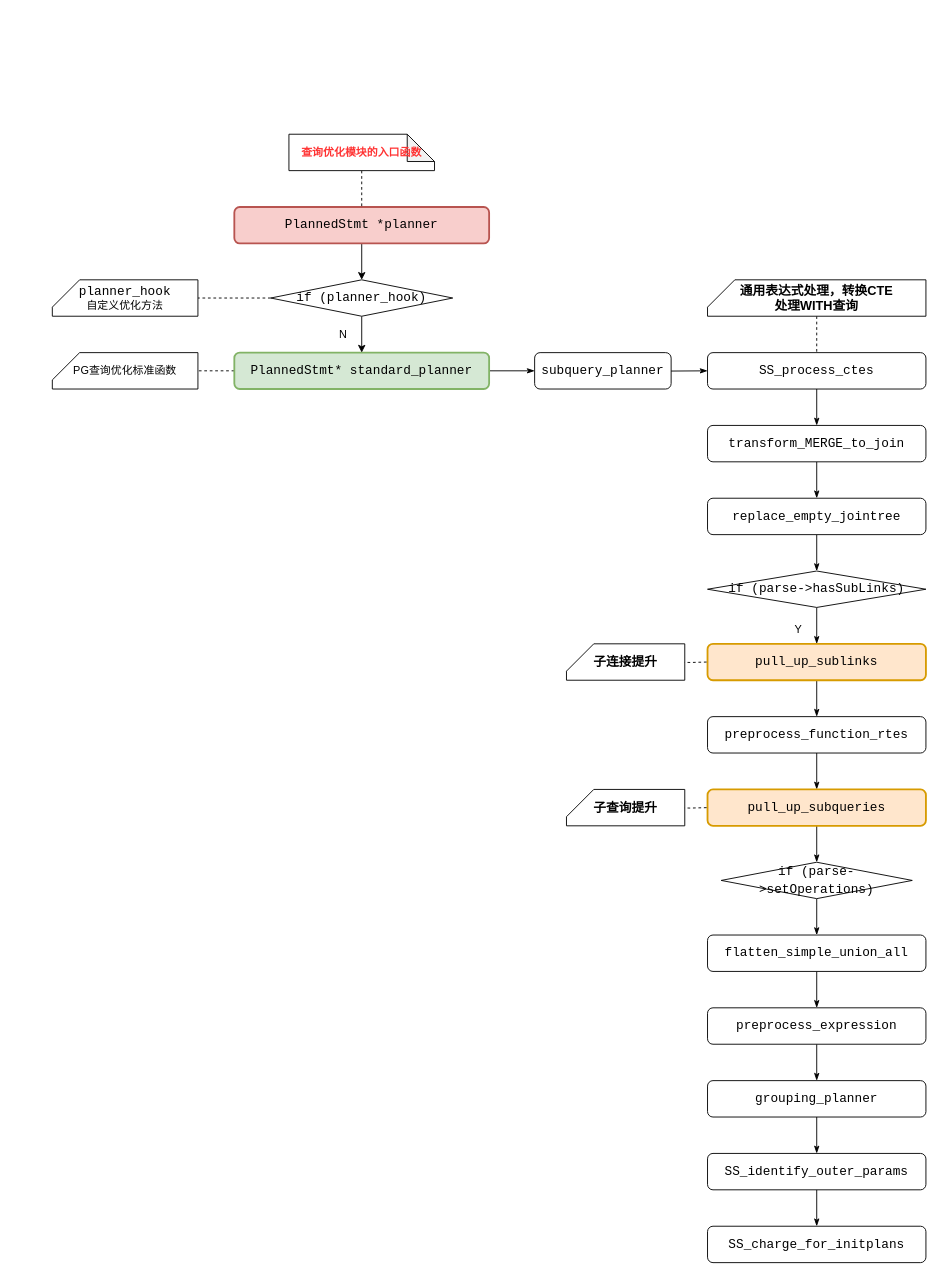
This is page "PG-Plan" (4 of 4) of Draw.io/DB.drawio from DepInjoy/geektime, a draw.io file, before an edit. Source tidied: cells renumbered, new cells numbered last; positions are measured from the earlier drawing's top-left corner, leaving out a move shared by most shapes. Both pictures are drawn from the tidied source at 91%, with x=0, y=0 at pixel (52, 134).
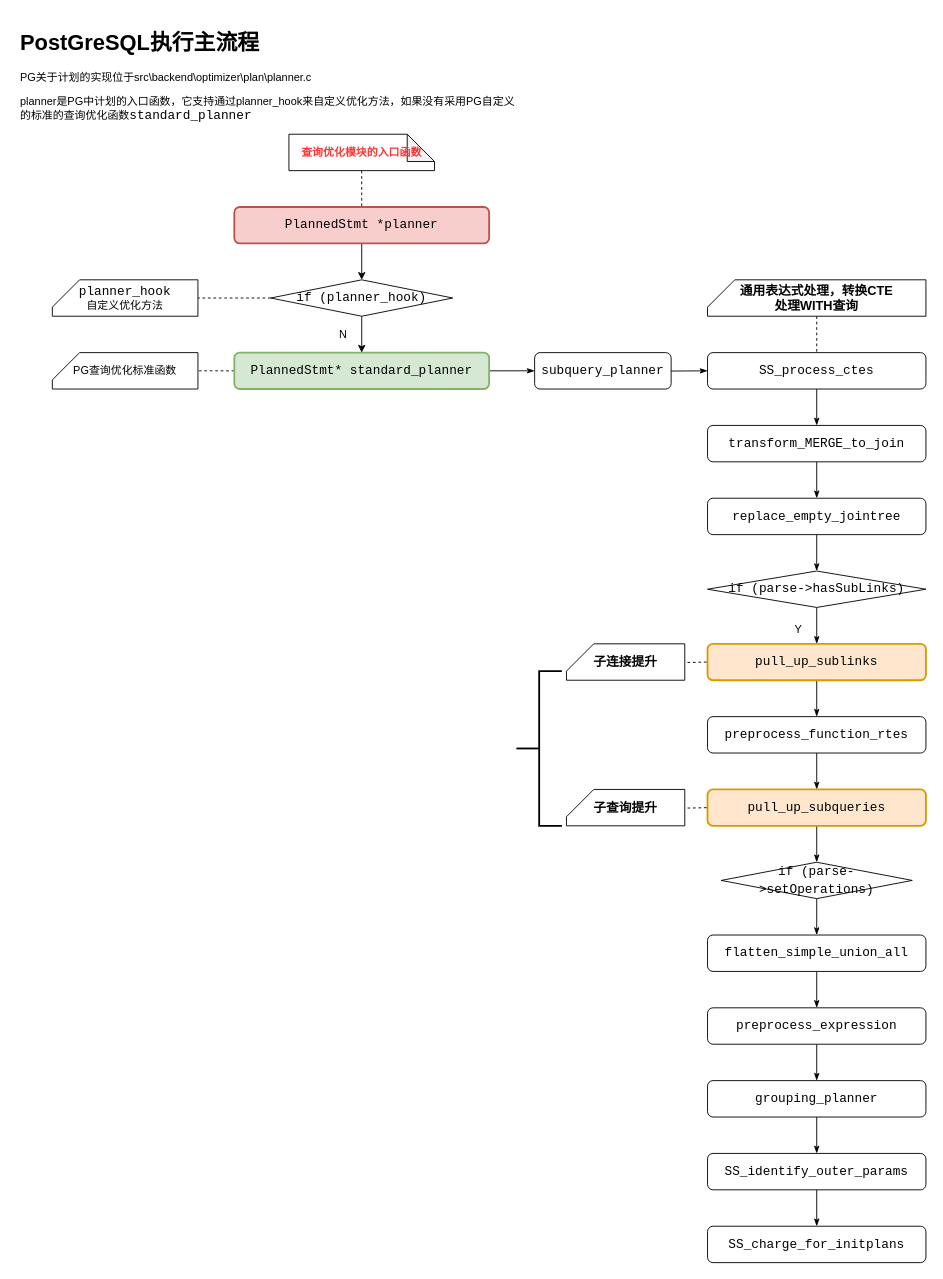
The same page after the edit.

Change to the diagram source:
```diff
@@
+    <mxCell id="49" style="strokeWidth=2;html=1;shape=mxgraph.flowchart.annotation_2;align=left;labelPosition=right;" parent="1" vertex="1">
+      <mxGeometry x="510" y="590" width="50" height="170" as="geometry" />
+    </mxCell>
+    <mxCell id="50" value="&lt;h1&gt;PostGreSQL执行主流程&lt;/h1&gt;&lt;p&gt;PG关于计划的实现位于src\backend\optimizer\plan\planner.c&lt;br&gt;&lt;/p&gt;&lt;p&gt;planner是PG中计划的入口函数，它支持通过planner_hook来自定义优化方法，如果没有采用PG自定义的标准的查询优化函数&lt;span style=&quot;font-family: &amp;#34;consolas&amp;#34; , &amp;#34;courier new&amp;#34; , monospace ; font-size: 14px&quot;&gt;standard_planner&lt;/span&gt;&lt;/p&gt;" style="text;html=1;strokeColor=none;fillColor=none;spacing=5;spacingTop=-20;whiteSpace=wrap;overflow=hidden;rounded=0;" parent="1" vertex="1">
+      <mxGeometry x="-40" y="-120" width="560" height="110" as="geometry" />
+    </mxCell>
```
